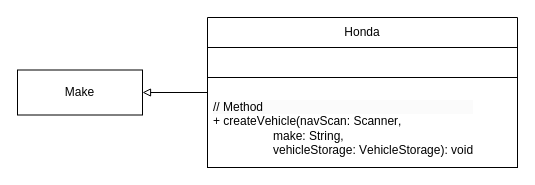
This is page "Honda" (33 of 39) of doc/Vehicle_UML_JSmith132.drawio from Jsmit132/CIS255_Vehicle, a draw.io file, before an edit. Source tidied: cells renumbered, new cells numbered last; positions are measured from the earlier drawing's top-left corner, leaving out a move shared by most shapes. Both pictures are drawn from the tidied source at 100%, with x=0, y=0 at pixel (17, 17).
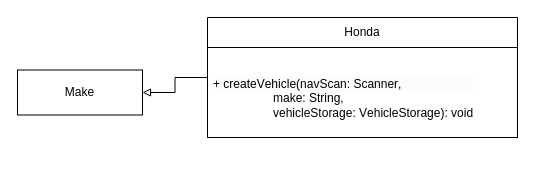
The same diagram, later.

Diff of the diagram source:
```diff
@@
 <mxGraphModel>
   <root>
     <mxCell id="0" />
     <mxCell id="1" parent="0" />
     <mxCell id="2" style="edgeStyle=orthogonalEdgeStyle;rounded=0;jettySize=auto;html=1;exitX=0;exitY=0.5;exitDx=0;exitDy=0;entryX=1;entryY=0.5;entryDx=0;entryDy=0;endArrow=block;endFill=0;" parent="1" edge="1" source="3" target="6">
       <mxGeometry relative="1" as="geometry" />
     </mxCell>
     <mxCell id="3" value="Honda" style="swimlane;fontStyle=0;horizontal=1;startSize=30;whiteSpace=wrap;html=1;fontSize=12;fontFamily=Helvetica;" parent="1" vertex="1">
-      <mxGeometry x="190" width="310" height="150" as="geometry" />
+      <mxGeometry x="190" width="310" height="120" as="geometry" />
     </mxCell>
-    <mxCell id="4" value="&lt;div style=&quot;margin: 0px; padding: 0px; user-select: text; -webkit-user-drag: none; -webkit-tap-highlight-color: transparent; overflow: visible; cursor: text; clear: both; position: relative; direction: ltr; background-color: rgb(255, 255, 255); font-size: 12px;&quot; class=&quot;OutlineElement Ltr SCXW210690727 BCX0&quot;&gt;&lt;div style=&quot;margin: 0px; padding: 0px; user-select: text; -webkit-user-drag: none; -webkit-tap-highlight-color: transparent; overflow: visible; cursor: text; clear: both; position: relative; direction: ltr; font-size: 12px;&quot; class=&quot;OutlineElement Ltr SCXW264288762 BCX0&quot;&gt;&lt;p style=&quot;margin: 0px; padding: 0px; user-select: text; -webkit-user-drag: none; -webkit-tap-highlight-color: transparent; overflow-wrap: break-word; vertical-align: baseline; font-kerning: none; background-color: transparent; color: windowtext; font-size: 12px;&quot; lang=&quot;EN-US&quot; class=&quot;Paragraph SCXW264288762 BCX0&quot;&gt;&lt;span style=&quot;background-color: transparent; color: windowtext;&quot;&gt;&amp;nbsp;&lt;/span&gt;&lt;/p&gt;&lt;/div&gt;&lt;/div&gt;" style="text;strokeColor=default;fillColor=default;align=left;verticalAlign=middle;spacingLeft=4;spacingRight=4;overflow=hidden;whiteSpace=wrap;html=1;labelBorderColor=none;fontSize=12;fontFamily=Helvetica;" parent="3" vertex="1">
-      <mxGeometry y="30" width="310" height="30" as="geometry" />
-    </mxCell>
-    <mxCell id="5" value="&lt;div style=&quot;margin: 0px; padding: 0px; user-select: text; -webkit-user-drag: none; -webkit-tap-highlight-color: transparent; overflow: visible; cursor: text; clear: both; position: relative; direction: ltr; background-color: rgb(255, 255, 255);&quot; class=&quot;OutlineElement Ltr SCXW175404011 BCX0&quot;&gt;&lt;p style=&quot;margin: 0px; padding: 0px; user-select: text; -webkit-user-drag: none; -webkit-tap-highlight-color: transparent; overflow-wrap: break-word; vertical-align: baseline; font-kerning: none; background-color: transparent;&quot; lang=&quot;EN-US&quot; class=&quot;Paragraph SCXW175404011 BCX0&quot;&gt;&lt;/p&gt;&lt;div style=&quot;border-color: var(--border-color); color: rgb(0, 0, 0); font-family: Helvetica; font-size: 12px; font-style: normal; font-variant-ligatures: normal; font-variant-caps: normal; font-weight: 400; letter-spacing: normal; orphans: 2; text-align: left; text-indent: 0px; text-transform: none; widows: 2; word-spacing: 0px; -webkit-text-stroke-width: 0px; background-color: rgb(251, 251, 251); text-decoration-thickness: initial; text-decoration-style: initial; text-decoration-color: initial; margin: 0px; padding: 0px; user-select: text; -webkit-user-drag: none; -webkit-tap-highlight-color: transparent; overflow: visible; cursor: text; clear: both; position: relative; direction: ltr;&quot; class=&quot;OutlineElement Ltr SCXW157711562 BCX0&quot;&gt;&lt;/div&gt;&lt;p&gt;&lt;/p&gt;&lt;div style=&quot;border-color: var(--border-color); color: rgb(0, 0, 0); font-family: Helvetica; font-size: 12px; font-style: normal; font-variant-ligatures: normal; font-variant-caps: normal; font-weight: 400; letter-spacing: normal; orphans: 2; text-align: left; text-indent: 0px; text-transform: none; widows: 2; word-spacing: 0px; -webkit-text-stroke-width: 0px; background-color: rgb(251, 251, 251); text-decoration-thickness: initial; text-decoration-style: initial; text-decoration-color: initial; margin: 0px; padding: 0px; user-select: text; -webkit-user-drag: none; -webkit-tap-highlight-color: transparent; overflow: visible; cursor: text; clear: both; position: relative; direction: ltr;&quot; class=&quot;OutlineElement Ltr SCXW157711562 BCX0&quot;&gt;&lt;p style=&quot;border-color: var(--border-color); margin: 0px; padding: 0px; user-select: text; -webkit-user-drag: none; -webkit-tap-highlight-color: transparent; overflow-wrap: break-word; vertical-align: baseline; font-kerning: none; background-color: transparent; color: windowtext; font-size: 12px;&quot; lang=&quot;EN-US&quot; class=&quot;Paragraph SCXW157711562 BCX0&quot;&gt;// Method&lt;/p&gt;&lt;/div&gt;&lt;p style=&quot;margin: 0px; padding: 0px; user-select: text; -webkit-user-drag: none; -webkit-tap-highlight-color: transparent; overflow-wrap: break-word; vertical-align: baseline; font-kerning: none; background-color: transparent;&quot; lang=&quot;EN-US&quot; class=&quot;Paragraph SCXW175404011 BCX0&quot;&gt;+ createVehicle(navScan: Scanner,&amp;nbsp;&lt;/p&gt;&lt;p style=&quot;margin: 0px; padding: 0px; user-select: text; -webkit-user-drag: none; -webkit-tap-highlight-color: transparent; overflow-wrap: break-word; vertical-align: baseline; font-kerning: none; background-color: transparent;&quot; lang=&quot;EN-US&quot; class=&quot;Paragraph SCXW175404011 BCX0&quot;&gt;&amp;nbsp; &amp;nbsp; &amp;nbsp; &amp;nbsp; &amp;nbsp; &amp;nbsp; &amp;nbsp; &amp;nbsp; &amp;nbsp; make: String,&amp;nbsp;&lt;/p&gt;&lt;p style=&quot;margin: 0px; padding: 0px; user-select: text; -webkit-user-drag: none; -webkit-tap-highlight-color: transparent; overflow-wrap: break-word; vertical-align: baseline; font-kerning: none; background-color: transparent;&quot; lang=&quot;EN-US&quot; class=&quot;Paragraph SCXW175404011 BCX0&quot;&gt;&amp;nbsp; &amp;nbsp; &amp;nbsp; &amp;nbsp; &amp;nbsp; &amp;nbsp; &amp;nbsp; &amp;nbsp; &amp;nbsp; vehicleStorage: VehicleStorage): void&lt;/p&gt;&lt;/div&gt;" style="text;strokeColor=default;fillColor=default;align=left;verticalAlign=middle;spacingLeft=4;spacingRight=4;overflow=hidden;whiteSpace=wrap;html=1;gradientColor=none;fontSize=12;fontFamily=Helvetica;" parent="3" vertex="1">
-      <mxGeometry y="60" width="310" height="90" as="geometry" />
+    <mxCell id="5" value="&lt;div style=&quot;margin: 0px; padding: 0px; user-select: text; -webkit-user-drag: none; -webkit-tap-highlight-color: transparent; overflow: visible; cursor: text; clear: both; position: relative; direction: ltr; background-color: rgb(255, 255, 255);&quot; class=&quot;OutlineElement Ltr SCXW175404011 BCX0&quot;&gt;&lt;p style=&quot;margin: 0px; padding: 0px; user-select: text; -webkit-user-drag: none; -webkit-tap-highlight-color: transparent; overflow-wrap: break-word; vertical-align: baseline; font-kerning: none; background-color: transparent;&quot; lang=&quot;EN-US&quot; class=&quot;Paragraph SCXW175404011 BCX0&quot;&gt;&lt;/p&gt;&lt;div style=&quot;border-color: var(--border-color); color: rgb(0, 0, 0); font-family: Helvetica; font-size: 12px; font-style: normal; font-variant-ligatures: normal; font-variant-caps: normal; font-weight: 400; letter-spacing: normal; orphans: 2; text-align: left; text-indent: 0px; text-transform: none; widows: 2; word-spacing: 0px; -webkit-text-stroke-width: 0px; background-color: rgb(251, 251, 251); text-decoration-thickness: initial; text-decoration-style: initial; text-decoration-color: initial; margin: 0px; padding: 0px; user-select: text; -webkit-user-drag: none; -webkit-tap-highlight-color: transparent; overflow: visible; cursor: text; clear: both; position: relative; direction: ltr;&quot; class=&quot;OutlineElement Ltr SCXW157711562 BCX0&quot;&gt;&lt;/div&gt;&lt;p&gt;&lt;/p&gt;&lt;div style=&quot;border-color: var(--border-color); color: rgb(0, 0, 0); font-family: Helvetica; font-size: 12px; font-style: normal; font-variant-ligatures: normal; font-variant-caps: normal; font-weight: 400; letter-spacing: normal; orphans: 2; text-align: left; text-indent: 0px; text-transform: none; widows: 2; word-spacing: 0px; -webkit-text-stroke-width: 0px; background-color: rgb(251, 251, 251); text-decoration-thickness: initial; text-decoration-style: initial; text-decoration-color: initial; margin: 0px; padding: 0px; user-select: text; -webkit-user-drag: none; -webkit-tap-highlight-color: transparent; overflow: visible; cursor: text; clear: both; position: relative; direction: ltr;&quot; class=&quot;OutlineElement Ltr SCXW157711562 BCX0&quot;&gt;&lt;p style=&quot;border-color: var(--border-color); margin: 0px; padding: 0px; user-select: text; -webkit-user-drag: none; -webkit-tap-highlight-color: transparent; overflow-wrap: break-word; vertical-align: baseline; font-kerning: none; background-color: transparent; color: windowtext; font-size: 12px;&quot; lang=&quot;EN-US&quot; class=&quot;Paragraph SCXW157711562 BCX0&quot;&gt;&lt;span style=&quot;background-color: transparent;&quot;&gt;+ createVehicle(navScan: Scanner,&amp;nbsp;&lt;/span&gt;&lt;br&gt;&lt;/p&gt;&lt;/div&gt;&lt;p style=&quot;margin: 0px; padding: 0px; user-select: text; -webkit-user-drag: none; -webkit-tap-highlight-color: transparent; overflow-wrap: break-word; vertical-align: baseline; font-kerning: none; background-color: transparent;&quot; lang=&quot;EN-US&quot; class=&quot;Paragraph SCXW175404011 BCX0&quot;&gt;&amp;nbsp; &amp;nbsp; &amp;nbsp; &amp;nbsp; &amp;nbsp; &amp;nbsp; &amp;nbsp; &amp;nbsp; &amp;nbsp; make: String,&amp;nbsp;&lt;/p&gt;&lt;p style=&quot;margin: 0px; padding: 0px; user-select: text; -webkit-user-drag: none; -webkit-tap-highlight-color: transparent; overflow-wrap: break-word; vertical-align: baseline; font-kerning: none; background-color: transparent;&quot; lang=&quot;EN-US&quot; class=&quot;Paragraph SCXW175404011 BCX0&quot;&gt;&amp;nbsp; &amp;nbsp; &amp;nbsp; &amp;nbsp; &amp;nbsp; &amp;nbsp; &amp;nbsp; &amp;nbsp; &amp;nbsp; vehicleStorage: VehicleStorage): void&lt;/p&gt;&lt;/div&gt;" style="text;strokeColor=default;fillColor=default;align=left;verticalAlign=middle;spacingLeft=4;spacingRight=4;overflow=hidden;whiteSpace=wrap;html=1;gradientColor=none;fontSize=12;fontFamily=Helvetica;" parent="3" vertex="1">
+      <mxGeometry y="30" width="310" height="90" as="geometry" />
     </mxCell>
     <mxCell id="6" value="Make" style="rounded=0;whiteSpace=wrap;html=1;" parent="1" vertex="1">
       <mxGeometry y="52.5" width="125" height="45" as="geometry" />
     </mxCell>
   </root>
 </mxGraphModel>
```
